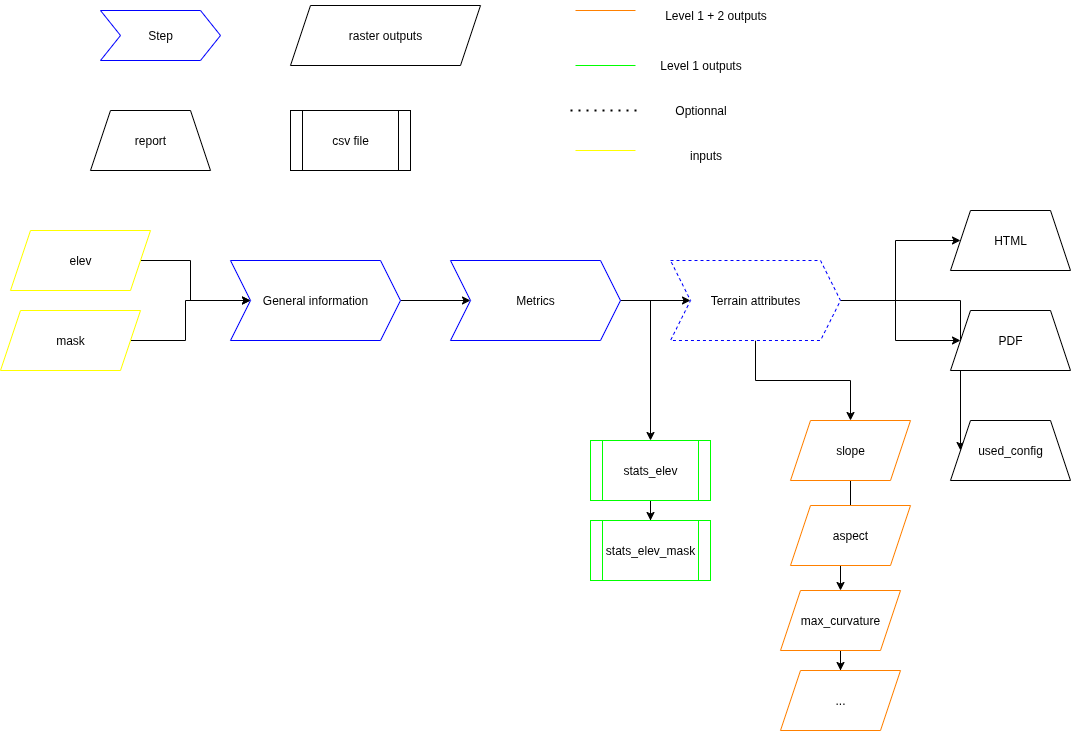
This is doc/source/imgs/topo_workflow_pipeline.png from GlacioHack/xdem, a draw.io export, as it was before one commit. Source tidied: cells renumbered, new cells last; positions are measured from the earlier drawing's top-left corner, leaving out a move shared by most shapes.
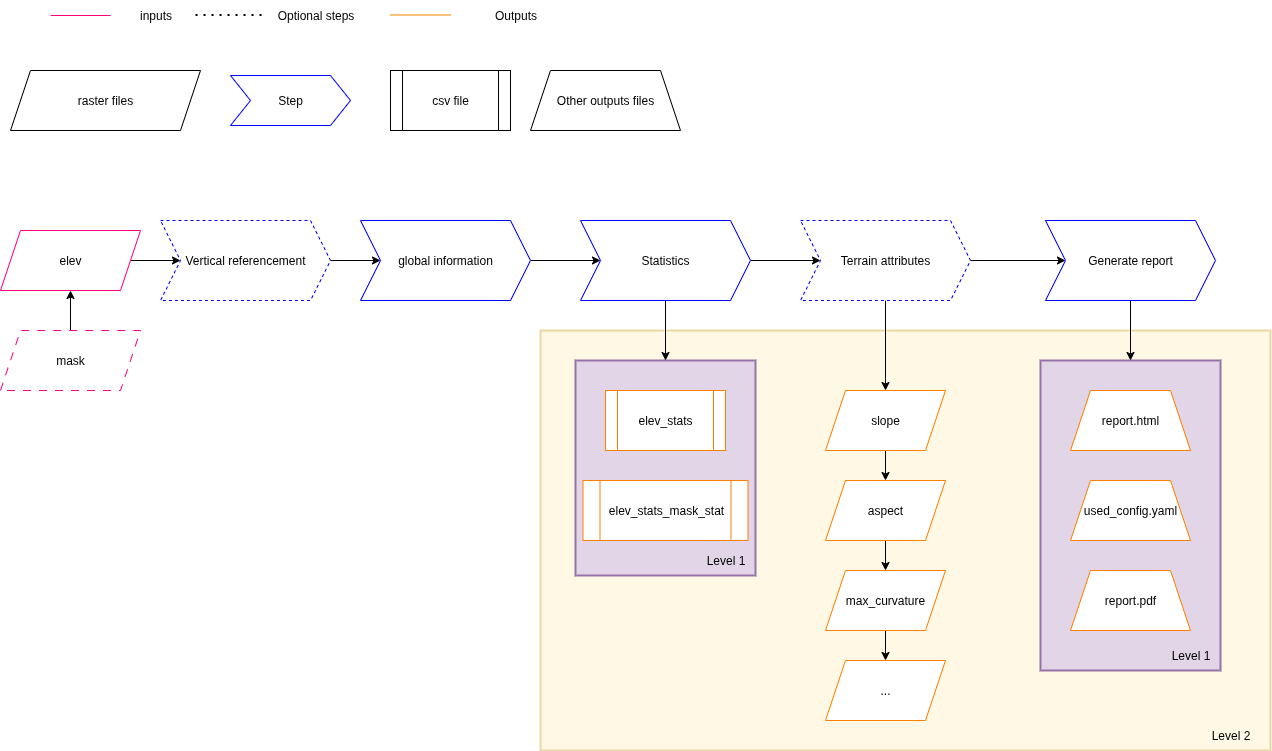
After the change.

Diff of the diagram source:
```diff
@@ -2,131 +2,146 @@
   <root>
     <mxCell id="0" />
     <mxCell id="1" parent="0" />
+    <mxCell id="40" style="rounded=0;whiteSpace=wrap;html=1;fillColor=#fff2cc;strokeColor=#d6b656;strokeWidth=2;fillOpacity=50;strokeOpacity=50;" parent="1" vertex="1">
+      <mxGeometry x="540" y="330" width="730" height="420" as="geometry" />
+    </mxCell>
+    <mxCell id="41" style="rounded=0;whiteSpace=wrap;html=1;fillColor=#e1d5e7;strokeColor=#9673a6;strokeWidth=2;" parent="1" vertex="1">
+      <mxGeometry x="1040" y="360" width="180" height="310" as="geometry" />
+    </mxCell>
+    <mxCell id="42" style="rounded=0;whiteSpace=wrap;html=1;fillColor=#e1d5e7;strokeColor=#9673a6;strokeWidth=2;" parent="1" vertex="1">
+      <mxGeometry x="575" y="360" width="180" height="215" as="geometry" />
+    </mxCell>
     <mxCell id="2" style="edgeStyle=orthogonalEdgeStyle;rounded=0;jettySize=auto;html=1;" parent="1" edge="1" source="3" target="5">
       <mxGeometry relative="1" as="geometry" />
     </mxCell>
-    <mxCell id="3" value="elev" style="shape=parallelogram;perimeter=parallelogramPerimeter;whiteSpace=wrap;html=1;fixedSize=1;strokeColor=#FFFF00;" parent="1" vertex="1">
-      <mxGeometry x="10" y="230" width="140" height="60" as="geometry" />
+    <mxCell id="3" value="elev" style="shape=parallelogram;perimeter=parallelogramPerimeter;whiteSpace=wrap;html=1;fixedSize=1;strokeColor=#FF0080;" parent="1" vertex="1">
+      <mxGeometry y="230" width="140" height="60" as="geometry" />
     </mxCell>
-    <mxCell id="4" style="edgeStyle=orthogonalEdgeStyle;rounded=0;jettySize=auto;html=1;" parent="1" edge="1" source="5" target="8">
-      <mxGeometry relative="1" as="geometry" />
-    </mxCell>
+    <mxCell id="43" style="edgeStyle=orthogonalEdgeStyle;rounded=0;jettySize=auto;html=1;" parent="1" edge="1" source="5" target="52">
+      <mxGeometry relative="1" as="geometry" />
+    </mxCell>
-    <mxCell id="5" value="General information" style="shape=step;perimeter=stepPerimeter;whiteSpace=wrap;html=1;fixedSize=1;strokeColor=#0000FF;" parent="1" vertex="1">
-      <mxGeometry x="230" y="260" width="170" height="80" as="geometry" />
+    <mxCell id="5" value="Vertical referencement" style="shape=step;perimeter=stepPerimeter;whiteSpace=wrap;html=1;fixedSize=1;strokeColor=#0000FF;dashed=1;" parent="1" vertex="1">
+      <mxGeometry x="160" y="220" width="170" height="80" as="geometry" />
     </mxCell>
     <mxCell id="6" style="edgeStyle=orthogonalEdgeStyle;rounded=0;jettySize=auto;html=1;" parent="1" edge="1" source="8" target="15">
       <mxGeometry relative="1" as="geometry" />
     </mxCell>
-    <mxCell id="7" style="edgeStyle=orthogonalEdgeStyle;rounded=0;jettySize=auto;html=1;entryX=0.5;entryY=0;entryDx=0;entryDy=0;exitX=1;exitY=0.5;exitDx=0;exitDy=0;" parent="1" edge="1" source="8" target="31">
-      <mxGeometry relative="1" as="geometry" />
-    </mxCell>
+    <mxCell id="44" style="edgeStyle=orthogonalEdgeStyle;rounded=0;jettySize=auto;html=1;" parent="1" edge="1" source="8" target="42">
+      <mxGeometry relative="1" as="geometry" />
+    </mxCell>
-    <mxCell id="8" value="Metrics" style="shape=step;perimeter=stepPerimeter;whiteSpace=wrap;html=1;fixedSize=1;strokeColor=#0000FF;" parent="1" vertex="1">
-      <mxGeometry x="450" y="260" width="170" height="80" as="geometry" />
+    <mxCell id="8" value="Statistics" style="shape=step;perimeter=stepPerimeter;whiteSpace=wrap;html=1;fixedSize=1;strokeColor=#0000FF;" parent="1" vertex="1">
+      <mxGeometry x="580" y="220" width="170" height="80" as="geometry" />
     </mxCell>
-    <mxCell id="9" style="edgeStyle=orthogonalEdgeStyle;rounded=0;jettySize=auto;html=1;entryX=0;entryY=0.5;entryDx=0;entryDy=0;" parent="1" edge="1" source="10" target="5">
-      <mxGeometry relative="1" as="geometry" />
-    </mxCell>
+    <mxCell id="45" style="edgeStyle=orthogonalEdgeStyle;rounded=0;jettySize=auto;html=1;" parent="1" edge="1" source="10" target="3">
+      <mxGeometry relative="1" as="geometry" />
+    </mxCell>
-    <mxCell id="10" value="mask" style="shape=parallelogram;perimeter=parallelogramPerimeter;whiteSpace=wrap;html=1;fixedSize=1;strokeColor=#FFFF00;" parent="1" vertex="1">
-      <mxGeometry y="310" width="140" height="60" as="geometry" />
+    <mxCell id="10" value="mask" style="shape=parallelogram;perimeter=parallelogramPerimeter;whiteSpace=wrap;html=1;fixedSize=1;strokeColor=#FF0080;dashed=1;dashPattern=8 8;" parent="1" vertex="1">
+      <mxGeometry y="330" width="140" height="60" as="geometry" />
     </mxCell>
-    <mxCell id="11" style="edgeStyle=orthogonalEdgeStyle;rounded=0;jettySize=auto;html=1;entryX=0;entryY=0.5;entryDx=0;entryDy=0;" parent="1" edge="1" source="15" target="28">
-      <mxGeometry relative="1" as="geometry" />
-    </mxCell>
-    <mxCell id="12" style="edgeStyle=orthogonalEdgeStyle;rounded=0;jettySize=auto;html=1;entryX=0;entryY=0.5;entryDx=0;entryDy=0;" parent="1" edge="1" source="15" target="29">
-      <mxGeometry relative="1" as="geometry" />
-    </mxCell>
-    <mxCell id="13" style="edgeStyle=orthogonalEdgeStyle;rounded=0;jettySize=auto;html=1;entryX=0;entryY=0.5;entryDx=0;entryDy=0;" parent="1" edge="1" source="15" target="33">
-      <mxGeometry relative="1" as="geometry" />
-    </mxCell>
+    <mxCell id="46" style="edgeStyle=orthogonalEdgeStyle;rounded=0;jettySize=auto;html=1;entryX=0;entryY=0.5;entryDx=0;entryDy=0;" parent="1" edge="1" source="15" target="54">
+      <mxGeometry relative="1" as="geometry" />
+    </mxCell>
     <mxCell id="14" style="edgeStyle=orthogonalEdgeStyle;rounded=0;jettySize=auto;html=1;" parent="1" edge="1" source="15" target="35">
       <mxGeometry relative="1" as="geometry" />
     </mxCell>
     <mxCell id="15" value="Terrain attributes" style="shape=step;perimeter=stepPerimeter;whiteSpace=wrap;html=1;fixedSize=1;strokeColor=#0000FF;dashed=1;" parent="1" vertex="1">
-      <mxGeometry x="670" y="260" width="170" height="80" as="geometry" />
+      <mxGeometry x="800" y="220" width="170" height="80" as="geometry" />
     </mxCell>
     <mxCell id="16" value="Step" style="shape=step;perimeter=stepPerimeter;whiteSpace=wrap;html=1;fixedSize=1;strokeColor=#0000FF;" parent="1" vertex="1">
-      <mxGeometry x="100" y="10" width="120" height="50" as="geometry" />
+      <mxGeometry x="230" y="75" width="120" height="50" as="geometry" />
     </mxCell>
-    <mxCell id="17" value="raster outputs" style="shape=parallelogram;perimeter=parallelogramPerimeter;whiteSpace=wrap;html=1;fixedSize=1;" parent="1" vertex="1">
-      <mxGeometry x="290" y="5" width="190" height="60" as="geometry" />
+    <mxCell id="17" value="raster files" style="shape=parallelogram;perimeter=parallelogramPerimeter;whiteSpace=wrap;html=1;fixedSize=1;" parent="1" vertex="1">
+      <mxGeometry x="10" y="70" width="190" height="60" as="geometry" />
     </mxCell>
-    <mxCell id="18" style="endArrow=none;html=1;rounded=0;strokeColor=#FF8000;" parent="1" edge="1">
-      <mxGeometry relative="1" as="geometry">
-        <mxPoint x="575" y="10" as="sourcePoint" />
-        <mxPoint x="635" y="10" as="targetPoint" />
-      </mxGeometry>
-    </mxCell>
-    <mxCell id="19" style="endArrow=none;html=1;rounded=0;strokeColor=#00FF00;" parent="1" edge="1">
-      <mxGeometry relative="1" as="geometry">
-        <mxPoint x="575" y="65" as="sourcePoint" />
-        <mxPoint x="635" y="65" as="targetPoint" />
-      </mxGeometry>
-    </mxCell>
-    <mxCell id="20" value="Level 1 + 2 outputs" style="text;html=1;align=center;verticalAlign=middle;strokeColor=none;fillColor=none;" parent="1" vertex="1">
-      <mxGeometry x="650" width="130" height="30" as="geometry" />
-    </mxCell>
-    <mxCell id="21" value="Level 1 outputs" style="text;html=1;align=center;verticalAlign=middle;strokeColor=none;fillColor=none;" parent="1" vertex="1">
-      <mxGeometry x="650" y="50" width="100" height="30" as="geometry" />
-    </mxCell>
     <mxCell id="22" style="endArrow=none;dashed=1;html=1;dashPattern=1 3;strokeWidth=2;rounded=0;" parent="1" edge="1">
       <mxGeometry relative="1" as="geometry">
-        <mxPoint x="570" y="110" as="sourcePoint" />
-        <mxPoint x="640" y="110" as="targetPoint" />
+        <mxPoint x="195" y="14.5" as="sourcePoint" />
+        <mxPoint x="265" y="14.5" as="targetPoint" />
       </mxGeometry>
     </mxCell>
-    <mxCell id="23" value="Optionnal" style="text;html=1;align=center;verticalAlign=middle;strokeColor=none;fillColor=none;" parent="1" vertex="1">
-      <mxGeometry x="665" y="95" width="70" height="30" as="geometry" />
+    <mxCell id="23" value="Optional steps" style="text;html=1;align=center;verticalAlign=middle;strokeColor=none;fillColor=none;" parent="1" vertex="1">
+      <mxGeometry x="265" width="100" height="30" as="geometry" />
     </mxCell>
     <mxCell id="24" value="csv file" style="shape=process;whiteSpace=wrap;html=1;backgroundOutline=1;" parent="1" vertex="1">
-      <mxGeometry x="290" y="110" width="120" height="60" as="geometry" />
+      <mxGeometry x="390" y="70" width="120" height="60" as="geometry" />
     </mxCell>
-    <mxCell id="25" value="report" style="shape=trapezoid;perimeter=trapezoidPerimeter;whiteSpace=wrap;html=1;fixedSize=1;" parent="1" vertex="1">
-      <mxGeometry x="90" y="110" width="120" height="60" as="geometry" />
+    <mxCell id="25" value="Other outputs files" style="shape=trapezoid;perimeter=trapezoidPerimeter;whiteSpace=wrap;html=1;fixedSize=1;" parent="1" vertex="1">
+      <mxGeometry x="530" y="70" width="150" height="60" as="geometry" />
     </mxCell>
-    <mxCell id="26" style="endArrow=none;html=1;rounded=0;strokeColor=#FFFF00;" parent="1" edge="1">
+    <mxCell id="26" style="endArrow=none;html=1;rounded=0;strokeColor=#FF0080;" parent="1" edge="1">
       <mxGeometry relative="1" as="geometry">
-        <mxPoint x="575" y="150" as="sourcePoint" />
-        <mxPoint x="635" y="150" as="targetPoint" />
+        <mxPoint x="50" y="15" as="sourcePoint" />
+        <mxPoint x="110" y="15" as="targetPoint" />
       </mxGeometry>
     </mxCell>
     <mxCell id="27" value="inputs" style="text;html=1;align=center;verticalAlign=middle;strokeColor=none;fillColor=none;" parent="1" vertex="1">
-      <mxGeometry x="675" y="140" width="60" height="30" as="geometry" />
+      <mxGeometry x="125" width="60" height="30" as="geometry" />
     </mxCell>
-    <mxCell id="28" value="HTML" style="shape=trapezoid;perimeter=trapezoidPerimeter;whiteSpace=wrap;html=1;fixedSize=1;" parent="1" vertex="1">
-      <mxGeometry x="950" y="210" width="120" height="60" as="geometry" />
+    <mxCell id="28" value="report.html" style="shape=trapezoid;perimeter=trapezoidPerimeter;whiteSpace=wrap;html=1;fixedSize=1;fillStyle=auto;strokeColor=#FF8000;" parent="1" vertex="1">
+      <mxGeometry x="1070" y="390" width="120" height="60" as="geometry" />
     </mxCell>
-    <mxCell id="29" value="PDF" style="shape=trapezoid;perimeter=trapezoidPerimeter;whiteSpace=wrap;html=1;fixedSize=1;" parent="1" vertex="1">
-      <mxGeometry x="950" y="310" width="120" height="60" as="geometry" />
+    <mxCell id="29" value="report.pdf" style="shape=trapezoid;perimeter=trapezoidPerimeter;whiteSpace=wrap;html=1;fixedSize=1;fillStyle=auto;strokeColor=#FF8000;" parent="1" vertex="1">
+      <mxGeometry x="1070" y="570" width="120" height="60" as="geometry" />
     </mxCell>
-    <mxCell id="30" style="edgeStyle=orthogonalEdgeStyle;rounded=0;jettySize=auto;html=1;" parent="1" edge="1" source="31" target="32">
-      <mxGeometry relative="1" as="geometry" />
-    </mxCell>
-    <mxCell id="31" value="stats_elev" style="shape=process;whiteSpace=wrap;html=1;backgroundOutline=1;strokeColor=#00FF00;" parent="1" vertex="1">
-      <mxGeometry x="590" y="440" width="120" height="60" as="geometry" />
+    <mxCell id="31" value="elev_stats" style="shape=process;whiteSpace=wrap;html=1;backgroundOutline=1;fillStyle=auto;fillOpacity=100;strokeOpacity=100;overflow=visible;noLabel=0;labelPadding=0;portConstraintRotation=0;snapToPoint=0;fixDash=0;fillColor=#FFFFFF;strokeColor=#FF8000;" parent="1" vertex="1">
+      <mxGeometry x="605" y="390" width="120" height="60" as="geometry" />
     </mxCell>
-    <mxCell id="32" value="stats_elev_mask" style="shape=process;whiteSpace=wrap;html=1;backgroundOutline=1;strokeColor=#00FF00;" parent="1" vertex="1">
-      <mxGeometry x="590" y="520" width="120" height="60" as="geometry" />
-    </mxCell>
-    <mxCell id="33" value="used_config" style="shape=trapezoid;perimeter=trapezoidPerimeter;whiteSpace=wrap;html=1;fixedSize=1;" parent="1" vertex="1">
-      <mxGeometry x="950" y="420" width="120" height="60" as="geometry" />
+    <mxCell id="33" value="used_config.yaml" style="shape=trapezoid;perimeter=trapezoidPerimeter;whiteSpace=wrap;html=1;fixedSize=1;fillStyle=auto;strokeColor=#FF8000;" parent="1" vertex="1">
+      <mxGeometry x="1070" y="480" width="120" height="60" as="geometry" />
     </mxCell>
-    <mxCell id="34" style="edgeStyle=orthogonalEdgeStyle;rounded=0;jettySize=auto;html=1;" parent="1" edge="1" source="35" target="38">
-      <mxGeometry relative="1" as="geometry" />
-    </mxCell>
+    <mxCell id="47" style="edgeStyle=orthogonalEdgeStyle;rounded=0;jettySize=auto;html=1;" parent="1" edge="1" source="35" target="36">
+      <mxGeometry relative="1" as="geometry" />
+    </mxCell>
-    <mxCell id="35" value="slope" style="shape=parallelogram;perimeter=parallelogramPerimeter;whiteSpace=wrap;html=1;fixedSize=1;strokeColor=#FF8000;" parent="1" vertex="1">
-      <mxGeometry x="790" y="420" width="120" height="60" as="geometry" />
+    <mxCell id="35" value="slope" style="shape=parallelogram;perimeter=parallelogramPerimeter;whiteSpace=wrap;html=1;fixedSize=1;fillStyle=auto;fillColor=#FFFFFF;strokeColor=#FF8000;" parent="1" vertex="1">
+      <mxGeometry x="825" y="390" width="120" height="60" as="geometry" />
     </mxCell>
+    <mxCell id="48" style="edgeStyle=orthogonalEdgeStyle;rounded=0;jettySize=auto;html=1;" parent="1" edge="1" source="36" target="38">
+      <mxGeometry relative="1" as="geometry" />
+    </mxCell>
-    <mxCell id="36" value="aspect" style="shape=parallelogram;perimeter=parallelogramPerimeter;whiteSpace=wrap;html=1;fixedSize=1;strokeColor=#FF8000;" parent="1" vertex="1">
-      <mxGeometry x="790" y="505" width="120" height="60" as="geometry" />
+    <mxCell id="36" value="aspect" style="shape=parallelogram;perimeter=parallelogramPerimeter;whiteSpace=wrap;html=1;fixedSize=1;fillStyle=auto;fillColor=#FFFFFF;strokeColor=#FF8000;" parent="1" vertex="1">
+      <mxGeometry x="825" y="480" width="120" height="60" as="geometry" />
     </mxCell>
     <mxCell id="37" style="edgeStyle=orthogonalEdgeStyle;rounded=0;jettySize=auto;html=1;" parent="1" edge="1" source="38" target="39">
       <mxGeometry relative="1" as="geometry" />
     </mxCell>
-    <mxCell id="38" value="max_curvature" style="shape=parallelogram;perimeter=parallelogramPerimeter;whiteSpace=wrap;html=1;fixedSize=1;strokeColor=#FF8000;" parent="1" vertex="1">
-      <mxGeometry x="780" y="590" width="120" height="60" as="geometry" />
+    <mxCell id="38" value="max_curvature" style="shape=parallelogram;perimeter=parallelogramPerimeter;whiteSpace=wrap;html=1;fixedSize=1;fillStyle=auto;fillColor=#FFFFFF;strokeColor=#FF8000;" parent="1" vertex="1">
+      <mxGeometry x="825" y="570" width="120" height="60" as="geometry" />
     </mxCell>
-    <mxCell id="39" value="..." style="shape=parallelogram;perimeter=parallelogramPerimeter;whiteSpace=wrap;html=1;fixedSize=1;strokeColor=#FF8000;" parent="1" vertex="1">
-      <mxGeometry x="780" y="670" width="120" height="60" as="geometry" />
+    <mxCell id="39" value="..." style="shape=parallelogram;perimeter=parallelogramPerimeter;whiteSpace=wrap;html=1;fixedSize=1;fillStyle=auto;fillColor=#FFFFFF;strokeColor=#FF8000;" parent="1" vertex="1">
+      <mxGeometry x="825" y="660" width="120" height="60" as="geometry" />
     </mxCell>
+    <mxCell id="49" value="Level 2" style="text;html=1;align=center;verticalAlign=middle;strokeColor=none;fillColor=none;" parent="1" vertex="1">
+      <mxGeometry x="1200" y="720" width="60" height="30" as="geometry" />
+    </mxCell>
+    <mxCell id="50" value="Level 1" style="text;html=1;align=center;verticalAlign=middle;strokeColor=none;fillColor=none;" parent="1" vertex="1">
+      <mxGeometry x="1160" y="640" width="60" height="30" as="geometry" />
+    </mxCell>
+    <mxCell id="51" style="edgeStyle=orthogonalEdgeStyle;rounded=0;jettySize=auto;html=1;" parent="1" edge="1" source="52" target="8">
+      <mxGeometry relative="1" as="geometry" />
+    </mxCell>
+    <mxCell id="52" value="global information" style="shape=step;perimeter=stepPerimeter;whiteSpace=wrap;html=1;fixedSize=1;strokeColor=#0000FF;" parent="1" vertex="1">
+      <mxGeometry x="360" y="220" width="170" height="80" as="geometry" />
+    </mxCell>
+    <mxCell id="53" style="edgeStyle=orthogonalEdgeStyle;rounded=0;jettySize=auto;html=1;" parent="1" edge="1" source="54" target="41">
+      <mxGeometry relative="1" as="geometry" />
+    </mxCell>
+    <mxCell id="54" value="Generate report" style="shape=step;perimeter=stepPerimeter;whiteSpace=wrap;html=1;fixedSize=1;strokeColor=#0000FF;" parent="1" vertex="1">
+      <mxGeometry x="1045" y="220" width="170" height="80" as="geometry" />
+    </mxCell>
+    <mxCell id="55" value="elev_stats_mask_stat" style="shape=process;whiteSpace=wrap;html=1;backgroundOutline=1;fillStyle=auto;fillOpacity=100;strokeOpacity=100;overflow=visible;noLabel=0;labelPadding=0;fixDash=0;fillColor=#FFFFFF;strokeColor=#FF8000;" parent="1" vertex="1">
+      <mxGeometry x="582.5" y="480" width="165" height="60" as="geometry" />
+    </mxCell>
+    <mxCell id="56" value="Level 1" style="text;html=1;align=center;verticalAlign=middle;strokeColor=none;fillColor=none;" parent="1" vertex="1">
+      <mxGeometry x="695" y="545" width="60" height="30" as="geometry" />
+    </mxCell>
+    <mxCell id="57" style="endArrow=none;html=1;rounded=0;strokeColor=#FF8000;" parent="1" edge="1">
+      <mxGeometry relative="1" as="geometry">
+        <mxPoint x="390" y="14.5" as="sourcePoint" />
+        <mxPoint x="450" y="14.5" as="targetPoint" />
+      </mxGeometry>
+    </mxCell>
+    <mxCell id="58" value="Outputs" style="text;html=1;align=center;verticalAlign=middle;strokeColor=none;fillColor=none;" parent="1" vertex="1">
+      <mxGeometry x="480" width="70" height="30" as="geometry" />
+    </mxCell>
   </root>
 </mxGraphModel>
```
